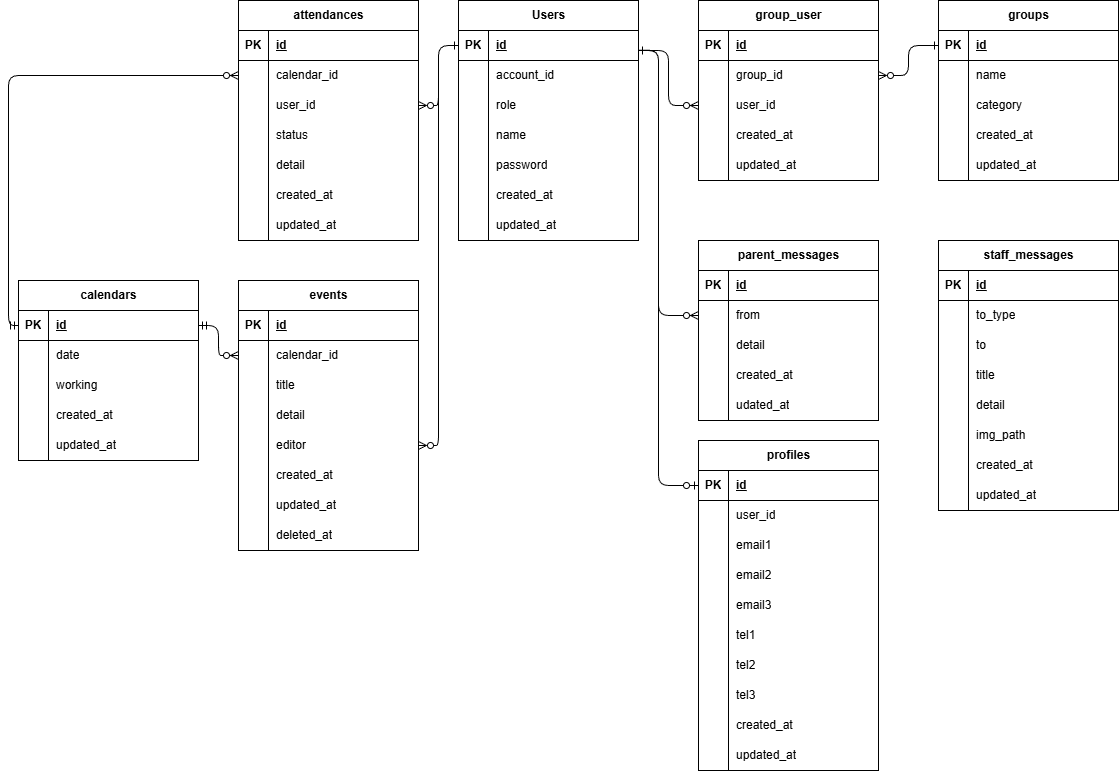
Above: ER.drawio.png in kasahara-dev/kasahara-spa1 (draw.io), before the change. Source tidied: cells renumbered, new cells last; positions are measured from the earlier drawing's top-left corner, leaving out a move shared by most shapes.
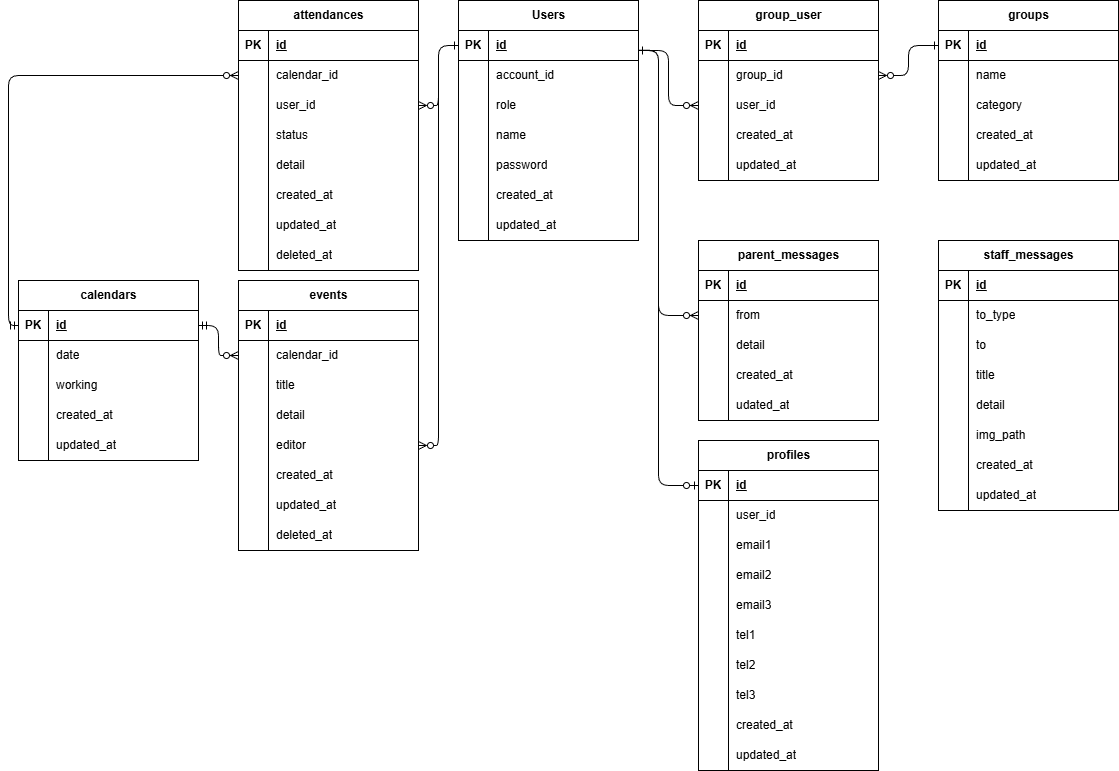
After the change.

The edit, as a diff of the source:
```diff
@@ -240,7 +240,7 @@
       <mxGeometry x="30" width="150" height="30" as="geometry" />
     </mxCell>
     <mxCell id="81" value="attendances" style="shape=table;startSize=30;rowLines=0;fontStyle=1;align=center;html=1;" parent="1" vertex="1">
-      <mxGeometry x="220" width="180" height="240" as="geometry" />
+      <mxGeometry x="220" width="180" height="270" as="geometry" />
     </mxCell>
     <mxCell id="82" style="shape=tableRow;horizontal=0;startSize=0;swimlaneHead=0;swimlaneBody=0;fillColor=none;top=0;left=0;right=0;bottom=1;" parent="81" vertex="1">
       <mxGeometry y="30" width="180" height="30" as="geometry" />
@@ -305,6 +305,15 @@
     <mxCell id="102" value="updated_at" style="shape=partialRectangle;fillColor=none;top=0;left=0;bottom=0;right=0;align=left;spacingLeft=6;overflow=hidden;whiteSpace=wrap;html=1;" parent="100" vertex="1">
       <mxGeometry x="30" width="150" height="30" as="geometry" />
     </mxCell>
+    <mxCell id="200" style="shape=tableRow;horizontal=0;startSize=0;swimlaneHead=0;swimlaneBody=0;fillColor=none;top=0;left=0;right=0;bottom=0;" parent="81" vertex="1">
+      <mxGeometry y="240" width="180" height="30" as="geometry" />
+    </mxCell>
+    <mxCell id="201" style="shape=partialRectangle;fillColor=none;top=0;left=0;bottom=0;right=0;overflow=hidden;whiteSpace=wrap;html=1;" parent="200" vertex="1">
+      <mxGeometry width="30" height="30" as="geometry" />
+    </mxCell>
+    <mxCell id="202" value="deleted_at" style="shape=partialRectangle;fillColor=none;top=0;left=0;bottom=0;right=0;align=left;spacingLeft=6;overflow=hidden;whiteSpace=wrap;html=1;" parent="200" vertex="1">
+      <mxGeometry x="30" width="150" height="30" as="geometry" />
+    </mxCell>
     <mxCell id="103" value="staff_messages" style="shape=table;startSize=30;rowLines=0;fontStyle=1;align=center;html=1;" parent="1" vertex="1">
       <mxGeometry x="920" y="240" width="180" height="270" as="geometry" />
     </mxCell>
```
